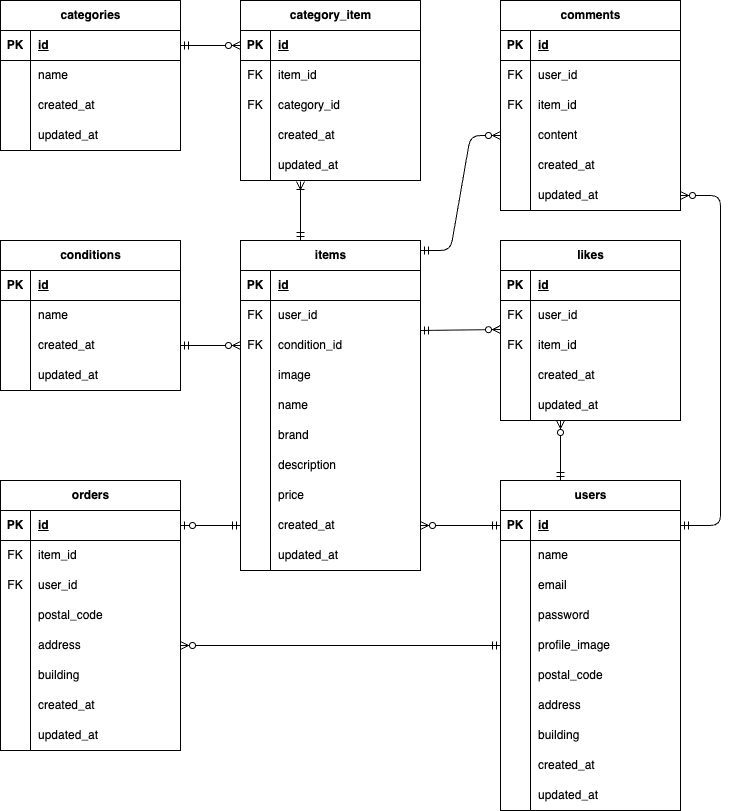
This is docs/er.drawio.png from YumiOotake/coachtech-flea-market-test, a draw.io export, as it was before one commit. Source tidied: cells renumbered, new cells last; positions are measured from the earlier drawing's top-left corner, leaving out a move shared by most shapes.
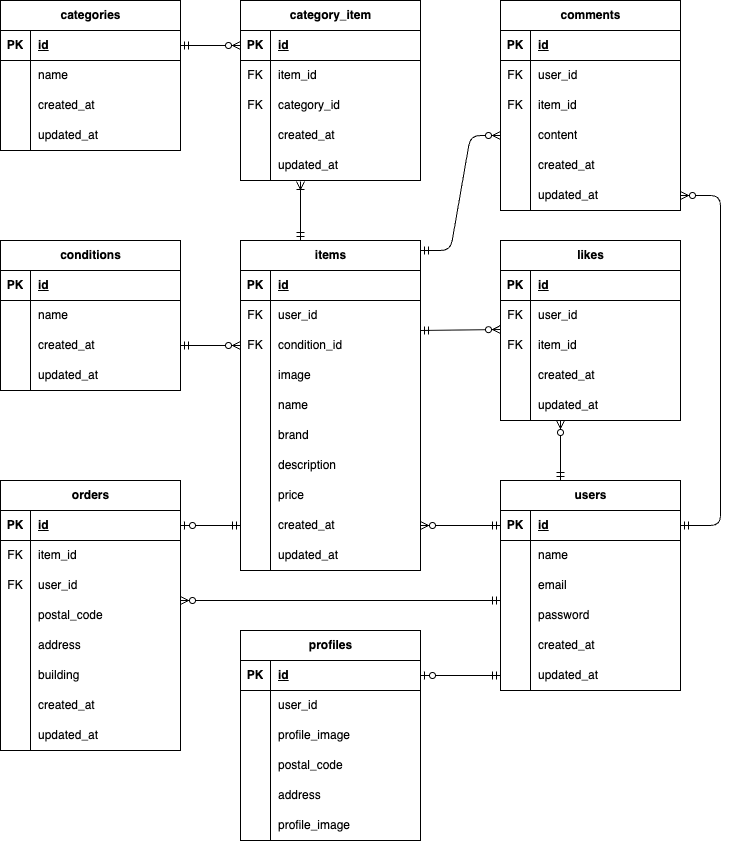
The same diagram one commit later.

The edit, as a diff of the source:
```diff
@@ -138,7 +138,7 @@
       <mxGeometry x="30" width="150" height="30" as="geometry" />
     </mxCell>
     <mxCell id="47" value="users" style="shape=table;startSize=30;rowLines=0;fontStyle=1;align=center;html=1;" parent="1" vertex="1">
-      <mxGeometry x="500" y="480" width="180" height="330" as="geometry" />
+      <mxGeometry x="500" y="480" width="180" height="210" as="geometry" />
     </mxCell>
     <mxCell id="48" style="shape=tableRow;horizontal=0;startSize=0;swimlaneHead=0;swimlaneBody=0;fillColor=none;points=[[0,0.5],[1,0.5]];portConstraint=eastwest;top=0;left=0;right=0;bottom=1;" parent="47" vertex="1">
       <mxGeometry y="30" width="180" height="30" as="geometry" />
@@ -176,44 +176,8 @@
     <mxCell id="59" value="password" style="shape=partialRectangle;fillColor=none;top=0;left=0;bottom=0;right=0;align=left;spacingLeft=6;overflow=hidden;whiteSpace=wrap;html=1;" parent="57" vertex="1">
       <mxGeometry x="30" width="150" height="30" as="geometry" />
     </mxCell>
-    <mxCell id="60" style="shape=tableRow;horizontal=0;startSize=0;swimlaneHead=0;swimlaneBody=0;fillColor=none;points=[[0,0.5],[1,0.5]];portConstraint=eastwest;top=0;left=0;right=0;bottom=0;" parent="47" vertex="1">
-      <mxGeometry y="150" width="180" height="30" as="geometry" />
-    </mxCell>
-    <mxCell id="61" style="shape=partialRectangle;fillColor=none;top=0;left=0;bottom=0;right=0;overflow=hidden;whiteSpace=wrap;html=1;" parent="60" vertex="1">
-      <mxGeometry width="30" height="30" as="geometry" />
-    </mxCell>
-    <mxCell id="62" value="profile_image" style="shape=partialRectangle;fillColor=none;top=0;left=0;bottom=0;right=0;align=left;spacingLeft=6;overflow=hidden;whiteSpace=wrap;html=1;" parent="60" vertex="1">
-      <mxGeometry x="30" width="150" height="30" as="geometry" />
-    </mxCell>
-    <mxCell id="63" style="shape=tableRow;horizontal=0;startSize=0;swimlaneHead=0;swimlaneBody=0;fillColor=none;top=0;left=0;right=0;bottom=0;" parent="47" vertex="1">
-      <mxGeometry y="180" width="180" height="30" as="geometry" />
-    </mxCell>
-    <mxCell id="64" style="shape=partialRectangle;fillColor=none;top=0;left=0;bottom=0;right=0;overflow=hidden;whiteSpace=wrap;html=1;" parent="63" vertex="1">
-      <mxGeometry width="30" height="30" as="geometry" />
-    </mxCell>
-    <mxCell id="65" value="&lt;span style=&quot;color: rgb(0, 0, 0);&quot;&gt;postal_code&lt;/span&gt;" style="shape=partialRectangle;fillColor=none;top=0;left=0;bottom=0;right=0;align=left;spacingLeft=6;overflow=hidden;whiteSpace=wrap;html=1;" parent="63" vertex="1">
-      <mxGeometry x="30" width="150" height="30" as="geometry" />
-    </mxCell>
-    <mxCell id="66" style="shape=tableRow;horizontal=0;startSize=0;swimlaneHead=0;swimlaneBody=0;fillColor=none;top=0;left=0;right=0;bottom=0;" parent="47" vertex="1">
-      <mxGeometry y="210" width="180" height="30" as="geometry" />
-    </mxCell>
-    <mxCell id="67" style="shape=partialRectangle;fillColor=none;top=0;left=0;bottom=0;right=0;overflow=hidden;whiteSpace=wrap;html=1;" parent="66" vertex="1">
-      <mxGeometry width="30" height="30" as="geometry" />
-    </mxCell>
-    <mxCell id="68" value="&lt;span style=&quot;color: rgb(0, 0, 0);&quot;&gt;address&lt;/span&gt;" style="shape=partialRectangle;fillColor=none;top=0;left=0;bottom=0;right=0;align=left;spacingLeft=6;overflow=hidden;whiteSpace=wrap;html=1;" parent="66" vertex="1">
-      <mxGeometry x="30" width="150" height="30" as="geometry" />
-    </mxCell>
-    <mxCell id="69" style="shape=tableRow;horizontal=0;startSize=0;swimlaneHead=0;swimlaneBody=0;fillColor=none;top=0;left=0;right=0;bottom=0;" parent="47" vertex="1">
-      <mxGeometry y="240" width="180" height="30" as="geometry" />
-    </mxCell>
-    <mxCell id="70" style="shape=partialRectangle;fillColor=none;top=0;left=0;bottom=0;right=0;overflow=hidden;whiteSpace=wrap;html=1;" parent="69" vertex="1">
-      <mxGeometry width="30" height="30" as="geometry" />
-    </mxCell>
-    <mxCell id="71" value="&lt;span style=&quot;color: rgb(0, 0, 0);&quot;&gt;building&lt;/span&gt;" style="shape=partialRectangle;fillColor=none;top=0;left=0;bottom=0;right=0;align=left;spacingLeft=6;overflow=hidden;whiteSpace=wrap;html=1;" parent="69" vertex="1">
-      <mxGeometry x="30" width="150" height="30" as="geometry" />
-    </mxCell>
     <mxCell id="72" style="shape=tableRow;horizontal=0;startSize=0;swimlaneHead=0;swimlaneBody=0;fillColor=none;top=0;left=0;right=0;bottom=0;" parent="47" vertex="1">
-      <mxGeometry y="270" width="180" height="30" as="geometry" />
+      <mxGeometry y="150" width="180" height="30" as="geometry" />
     </mxCell>
     <mxCell id="73" style="shape=partialRectangle;fillColor=none;top=0;left=0;bottom=0;right=0;overflow=hidden;whiteSpace=wrap;html=1;" parent="72" vertex="1">
       <mxGeometry width="30" height="30" as="geometry" />
@@ -222,7 +186,7 @@
       <mxGeometry x="30" width="150" height="30" as="geometry" />
     </mxCell>
     <mxCell id="75" style="shape=tableRow;horizontal=0;startSize=0;swimlaneHead=0;swimlaneBody=0;fillColor=none;points=[[0,0.5],[1,0.5]];portConstraint=eastwest;top=0;left=0;right=0;bottom=0;" parent="47" vertex="1">
-      <mxGeometry y="300" width="180" height="30" as="geometry" />
+      <mxGeometry y="180" width="180" height="30" as="geometry" />
     </mxCell>
     <mxCell id="76" style="shape=partialRectangle;fillColor=none;top=0;left=0;bottom=0;right=0;overflow=hidden;whiteSpace=wrap;html=1;" parent="75" vertex="1">
       <mxGeometry width="30" height="30" as="geometry" />
@@ -449,8 +413,11 @@
     <mxCell id="150" style="fontSize=12;html=1;endArrow=ERzeroToMany;startArrow=ERmandOne;entryX=0;entryY=0.5;entryDx=0;entryDy=0;exitX=1;exitY=0.5;exitDx=0;exitDy=0;edgeStyle=orthogonalEdgeStyle;elbow=vertical;" parent="1" edge="1" source="3" target="153">
       <mxGeometry relative="1" as="geometry" />
     </mxCell>
-    <mxCell id="151" style="fontSize=12;html=1;endArrow=ERzeroToMany;startArrow=ERmandOne;exitX=0;exitY=0.5;exitDx=0;exitDy=0;entryX=1;entryY=0.5;entryDx=0;entryDy=0;" parent="1" edge="1" source="60" target="138">
-      <mxGeometry relative="1" as="geometry" />
+    <mxCell id="151" style="fontSize=12;html=1;endArrow=ERzeroToMany;startArrow=ERmandOne;exitX=0;exitY=0.5;exitDx=0;exitDy=0;entryX=1;entryY=0.5;entryDx=0;entryDy=0;" parent="1" edge="1">
+      <mxGeometry relative="1" as="geometry">
+        <mxPoint x="500" y="600" as="sourcePoint" />
+        <mxPoint x="180" y="600" as="targetPoint" />
+      </mxGeometry>
     </mxCell>
     <mxCell id="152" value="category_item" style="shape=table;startSize=30;rowLines=0;fontStyle=1;align=center;html=1;" parent="1" vertex="1">
       <mxGeometry x="240" width="180" height="180" as="geometry" />
@@ -539,5 +506,65 @@
     <mxCell id="175" style="fontSize=12;html=1;endArrow=ERzeroToMany;startArrow=ERmandOne;exitX=0;exitY=0.5;exitDx=0;exitDy=0;entryX=1;entryY=0.5;entryDx=0;entryDy=0;" parent="1" edge="1" source="48" target="103">
       <mxGeometry relative="1" as="geometry" />
     </mxCell>
+    <mxCell id="176" value="profiles" style="shape=table;startSize=30;rowLines=0;fontStyle=1;align=center;html=1;" parent="1" vertex="1">
+      <mxGeometry x="240" y="630" width="180" height="210" as="geometry" />
+    </mxCell>
+    <mxCell id="177" style="shape=tableRow;horizontal=0;startSize=0;swimlaneHead=0;swimlaneBody=0;fillColor=none;points=[[0,0.5],[1,0.5]];portConstraint=eastwest;top=0;left=0;right=0;bottom=1;" parent="176" vertex="1">
+      <mxGeometry y="30" width="180" height="30" as="geometry" />
+    </mxCell>
+    <mxCell id="178" value="PK" style="shape=partialRectangle;fillColor=none;top=0;left=0;bottom=0;right=0;fontStyle=1;overflow=hidden;whiteSpace=wrap;html=1;" parent="177" vertex="1">
+      <mxGeometry width="30" height="30" as="geometry" />
+    </mxCell>
+    <mxCell id="179" value="id" style="shape=partialRectangle;fillColor=none;top=0;left=0;bottom=0;right=0;align=left;spacingLeft=6;fontStyle=5;overflow=hidden;whiteSpace=wrap;html=1;" parent="177" vertex="1">
+      <mxGeometry x="30" width="150" height="30" as="geometry" />
+    </mxCell>
+    <mxCell id="180" style="shape=tableRow;horizontal=0;startSize=0;swimlaneHead=0;swimlaneBody=0;fillColor=none;top=0;left=0;right=0;bottom=0;" parent="176" vertex="1">
+      <mxGeometry y="60" width="180" height="30" as="geometry" />
+    </mxCell>
+    <mxCell id="181" style="shape=partialRectangle;fillColor=none;top=0;left=0;bottom=0;right=0;overflow=hidden;whiteSpace=wrap;html=1;" parent="180" vertex="1">
+      <mxGeometry width="30" height="30" as="geometry" />
+    </mxCell>
+    <mxCell id="182" value="user_id" style="shape=partialRectangle;fillColor=none;top=0;left=0;bottom=0;right=0;align=left;spacingLeft=6;overflow=hidden;whiteSpace=wrap;html=1;" parent="180" vertex="1">
+      <mxGeometry x="30" width="150" height="30" as="geometry" />
+    </mxCell>
+    <mxCell id="183" style="shape=tableRow;horizontal=0;startSize=0;swimlaneHead=0;swimlaneBody=0;fillColor=none;top=0;left=0;right=0;bottom=0;" parent="176" vertex="1">
+      <mxGeometry y="90" width="180" height="30" as="geometry" />
+    </mxCell>
+    <mxCell id="184" style="shape=partialRectangle;fillColor=none;top=0;left=0;bottom=0;right=0;overflow=hidden;whiteSpace=wrap;html=1;" parent="183" vertex="1">
+      <mxGeometry width="30" height="30" as="geometry" />
+    </mxCell>
+    <mxCell id="185" value="&lt;span style=&quot;color: rgb(0, 0, 0);&quot;&gt;profile_image&lt;/span&gt;" style="shape=partialRectangle;fillColor=none;top=0;left=0;bottom=0;right=0;align=left;spacingLeft=6;overflow=hidden;whiteSpace=wrap;html=1;" parent="183" vertex="1">
+      <mxGeometry x="30" width="150" height="30" as="geometry" />
+    </mxCell>
+    <mxCell id="186" style="shape=tableRow;horizontal=0;startSize=0;swimlaneHead=0;swimlaneBody=0;fillColor=none;top=0;left=0;right=0;bottom=0;" parent="176" vertex="1">
+      <mxGeometry y="120" width="180" height="30" as="geometry" />
+    </mxCell>
+    <mxCell id="187" style="shape=partialRectangle;fillColor=none;top=0;left=0;bottom=0;right=0;overflow=hidden;whiteSpace=wrap;html=1;" parent="186" vertex="1">
+      <mxGeometry width="30" height="30" as="geometry" />
+    </mxCell>
+    <mxCell id="65" value="&lt;span style=&quot;color: rgb(0, 0, 0);&quot;&gt;postal_code&lt;/span&gt;" style="shape=partialRectangle;fillColor=none;top=0;left=0;bottom=0;right=0;align=left;spacingLeft=6;overflow=hidden;whiteSpace=wrap;html=1;" parent="186" vertex="1">
+      <mxGeometry x="30" width="150" height="30" as="geometry" />
+    </mxCell>
+    <mxCell id="60" style="shape=tableRow;horizontal=0;startSize=0;swimlaneHead=0;swimlaneBody=0;fillColor=none;points=[[0,0.5],[1,0.5]];portConstraint=eastwest;top=0;left=0;right=0;bottom=0;" parent="176" vertex="1">
+      <mxGeometry y="150" width="180" height="30" as="geometry" />
+    </mxCell>
+    <mxCell id="188" style="shape=partialRectangle;fillColor=none;top=0;left=0;bottom=0;right=0;overflow=hidden;whiteSpace=wrap;html=1;" parent="60" vertex="1">
+      <mxGeometry width="30" height="30" as="geometry" />
+    </mxCell>
+    <mxCell id="68" value="&lt;span style=&quot;color: rgb(0, 0, 0);&quot;&gt;address&lt;/span&gt;" style="shape=partialRectangle;fillColor=none;top=0;left=0;bottom=0;right=0;align=left;spacingLeft=6;overflow=hidden;whiteSpace=wrap;html=1;" parent="60" vertex="1">
+      <mxGeometry x="30" width="150" height="30" as="geometry" />
+    </mxCell>
+    <mxCell id="63" style="shape=tableRow;horizontal=0;startSize=0;swimlaneHead=0;swimlaneBody=0;fillColor=none;top=0;left=0;right=0;bottom=0;" parent="176" vertex="1">
+      <mxGeometry y="180" width="180" height="30" as="geometry" />
+    </mxCell>
+    <mxCell id="189" style="shape=partialRectangle;fillColor=none;top=0;left=0;bottom=0;right=0;overflow=hidden;whiteSpace=wrap;html=1;" parent="63" vertex="1">
+      <mxGeometry width="30" height="30" as="geometry" />
+    </mxCell>
+    <mxCell id="190" value="&lt;span style=&quot;color: rgb(0, 0, 0);&quot;&gt;profile_image&lt;/span&gt;" style="shape=partialRectangle;fillColor=none;top=0;left=0;bottom=0;right=0;align=left;spacingLeft=6;overflow=hidden;whiteSpace=wrap;html=1;" parent="63" vertex="1">
+      <mxGeometry x="30" width="150" height="30" as="geometry" />
+    </mxCell>
+    <mxCell id="191" style="fontSize=12;html=1;endArrow=ERzeroToOne;startArrow=ERmandOne;exitX=0;exitY=0.5;exitDx=0;exitDy=0;entryX=1;entryY=0.5;entryDx=0;entryDy=0;" parent="1" edge="1" source="75" target="177">
+      <mxGeometry relative="1" as="geometry" />
+    </mxCell>
   </root>
 </mxGraphModel>
```
